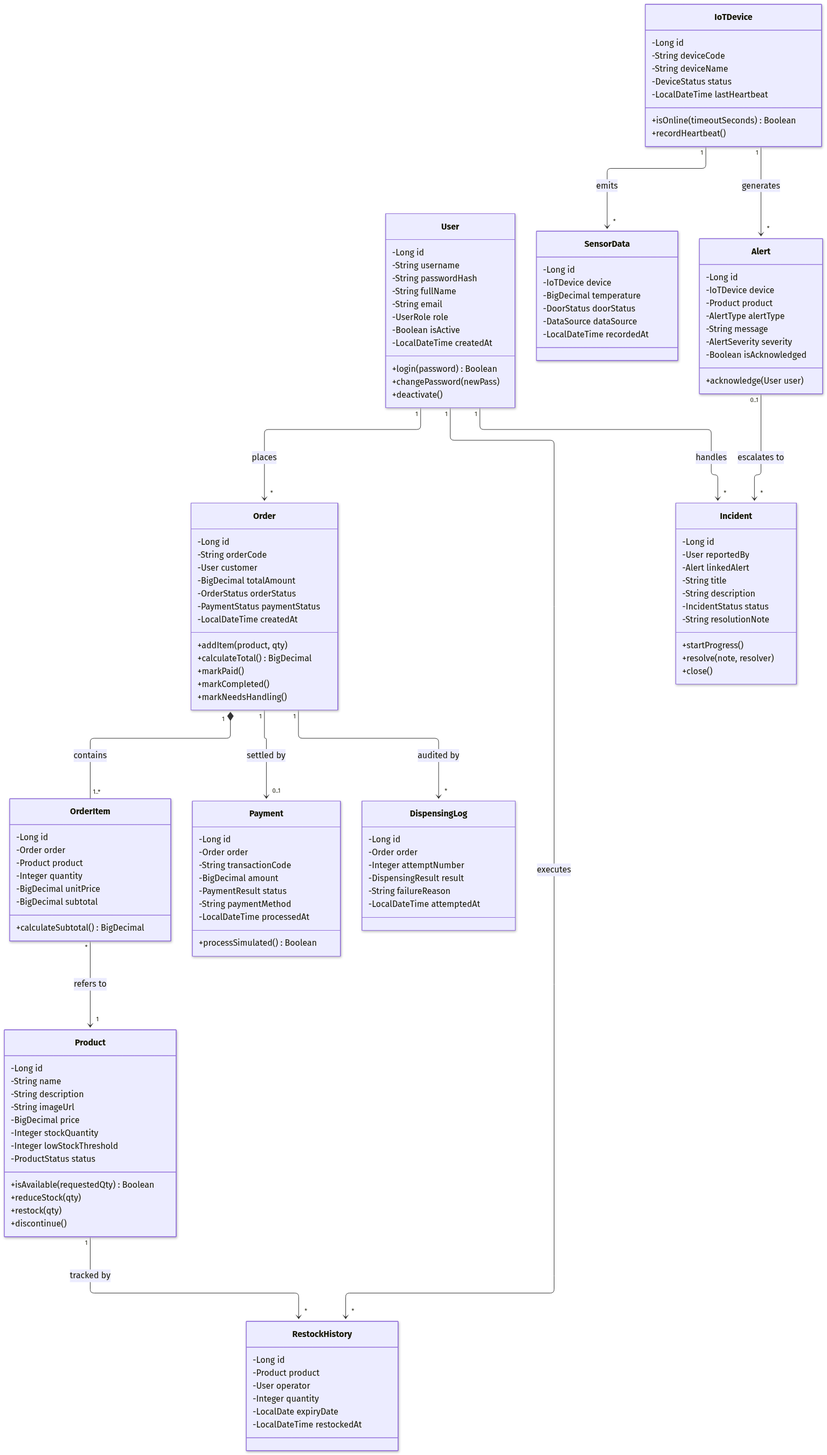
Earlier version of the Mermaid export diagrams/diagram_10_class.png (nguyenxuanhieu2903/Freshvend-test). Its source is kept beside it as diagrams/diagram_10_class.mmd. The source it was exported from:
```mermaid
classDiagram
    class User {
        -Long id
        -String username
        -String passwordHash
        -String fullName
        -String email
        -UserRole role
        -Boolean isActive
        -LocalDateTime createdAt
        +login(password) Boolean
        +changePassword(newPass)
        +deactivate()
    }

    class Product {
        -Long id
        -String name
        -String description
        -String imageUrl
        -BigDecimal price
        -Integer stockQuantity
        -Integer lowStockThreshold
        -ProductStatus status
        +isAvailable(requestedQty) Boolean
        +reduceStock(qty)
        +restock(qty)
        +discontinue()
    }

    class Order {
        -Long id
        -String orderCode
        -User customer
        -BigDecimal totalAmount
        -OrderStatus orderStatus
        -PaymentStatus paymentStatus
        -LocalDateTime createdAt
        +addItem(product, qty)
        +calculateTotal() BigDecimal
        +markPaid()
        +markCompleted()
        +markNeedsHandling()
    }

    class OrderItem {
        -Long id
        -Order order
        -Product product
        -Integer quantity
        -BigDecimal unitPrice
        -BigDecimal subtotal
        +calculateSubtotal() BigDecimal
    }

    class Payment {
        -Long id
        -Order order
        -String transactionCode
        -BigDecimal amount
        -PaymentResult status
        -String paymentMethod
        -LocalDateTime processedAt
        +processSimulated() Boolean
    }

    class DispensingLog {
        -Long id
        -Order order
        -Integer attemptNumber
        -DispensingResult result
        -String failureReason
        -LocalDateTime attemptedAt
    }

    class RestockHistory {
        -Long id
        -Product product
        -User operator
        -Integer quantity
        -LocalDate expiryDate
        -LocalDateTime restockedAt
    }

    class IoTDevice {
        -Long id
        -String deviceCode
        -String deviceName
        -DeviceStatus status
        -LocalDateTime lastHeartbeat
        +isOnline(timeoutSeconds) Boolean
        +recordHeartbeat()
    }

    class SensorData {
        -Long id
        -IoTDevice device
        -BigDecimal temperature
        -DoorStatus doorStatus
        -DataSource dataSource
        -LocalDateTime recordedAt
    }

    class Alert {
        -Long id
        -IoTDevice device
        -Product product
        -AlertType alertType
        -String message
        -AlertSeverity severity
        -Boolean isAcknowledged
        +acknowledge(User user)
    }

    class Incident {
        -Long id
        -User reportedBy
        -Alert linkedAlert
        -String title
        -String description
        -IncidentStatus status
        -String resolutionNote
        +startProgress()
        +resolve(note, resolver)
        +close()
    }

    User "1" --> "*" Order : places
    User "1" --> "*" RestockHistory : executes
    User "1" --> "*" Incident : handles
    Order "1" *-- "1..*" OrderItem : contains
    Order "1" --> "0..1" Payment : settled by
    Order "1" --> "*" DispensingLog : audited by
    OrderItem "*" --> "1" Product : refers to
    Product "1" --> "*" RestockHistory : tracked by
    IoTDevice "1" --> "*" SensorData : emits
    IoTDevice "1" --> "*" Alert : generates
    Alert "0..1" --> "*" Incident : escalates to
```
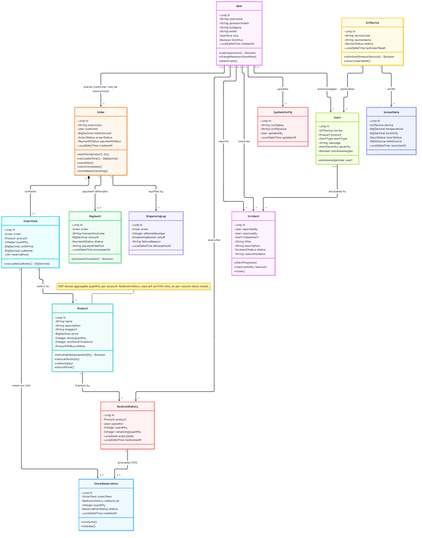
The same file after the commit.

Change to the diagram source:
```diff
@@ -50,6 +50,7 @@
         -Integer quantity
         -BigDecimal unitPrice
         -BigDecimal subtotal
+        -List<StockReservation> reservations
         +calculateSubtotal() BigDecimal
     }
 
@@ -58,7 +59,7 @@
         -Order order
         -String transactionCode
         -BigDecimal amount
-        -PaymentResult status
+        -PaymentStatus status
         -String paymentMethod
         -LocalDateTime processedAt
         +processSimulated() Boolean
@@ -78,6 +79,7 @@
         -Product product
         -User operator
         -Integer quantity
+        -Integer remainingQuantity
         -LocalDate expiryDate
         -LocalDateTime restockedAt
     }
@@ -96,6 +98,7 @@
         -Long id
         -IoTDevice device
         -BigDecimal temperature
+        -BigDecimal humidity
         -DoorStatus doorStatus
         -DataSource dataSource
         -LocalDateTime recordedAt
@@ -112,9 +115,29 @@
         +acknowledge(User user)
     }
 
+    class StockReservation {
+        -Long id
+        -OrderItem orderItem
+        -RestockHistory restockLot
+        -Integer quantity
+        -ReservationStatus status
+        -LocalDateTime createdAt
+        +consume()
+        +release()
+    }
+
+    class SystemConfig {
+        -Long id
+        -String configKey
+        -String configValue
+        -User updatedBy
+        -LocalDateTime updatedAt
+    }
+
     class Incident {
         -Long id
         -User reportedBy
+        -User resolvedBy
         -Alert linkedAlert
         -String title
         -String description
@@ -125,14 +148,21 @@
         +close()
     }
 
-    User "1" --> "*" Order : places
+    User "0..1" --> "*" Order : places (customer may be anonymous)
     User "1" --> "*" RestockHistory : executes
-    User "1" --> "*" Incident : handles
+    User "0..1" --> "*" Incident : reports
+    User "0..1" --> "*" Incident : resolves
     Order "1" *-- "1..*" OrderItem : contains
-    Order "1" --> "0..1" Payment : settled by
+    Order "1" --> "0..*" Payment : payment attempts
     Order "1" --> "*" DispensingLog : audited by
     OrderItem "*" --> "1" Product : refers to
     Product "1" --> "*" RestockHistory : tracked by
+    OrderItem "1" --> "0..*" StockReservation : reserves lots
+    RestockHistory "1" --> "0..*" StockReservation : allocated FIFO
     IoTDevice "1" --> "*" SensorData : emits
     IoTDevice "1" --> "*" Alert : generates
     Alert "0..1" --> "*" Incident : escalates to
+    User "0..1" --> "*" Alert : acknowledges
+    User "0..1" --> "*" SystemConfig : updates
+
+    note for Product "MVP stores aggregate quantity per product. RestockHistory rows act as FIFO lots; no per-column stock model."
```
